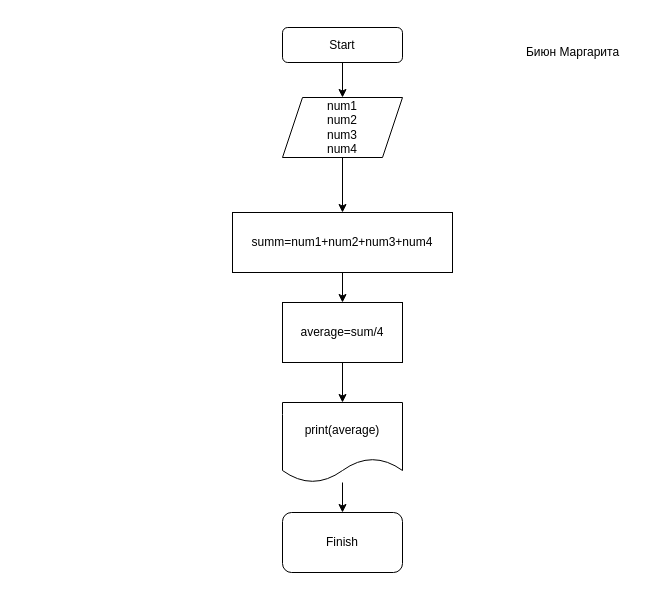
The draw.io diagram Homework6/9/22.drawio in margobiyun/python, before the edit. Source tidied: cells renumbered, new cells numbered last; positions are measured from the earlier drawing's top-left corner, leaving out a move shared by most shapes. Both pictures are drawn from the tidied source at 100%, with x=0, y=0 at pixel (232, 27).
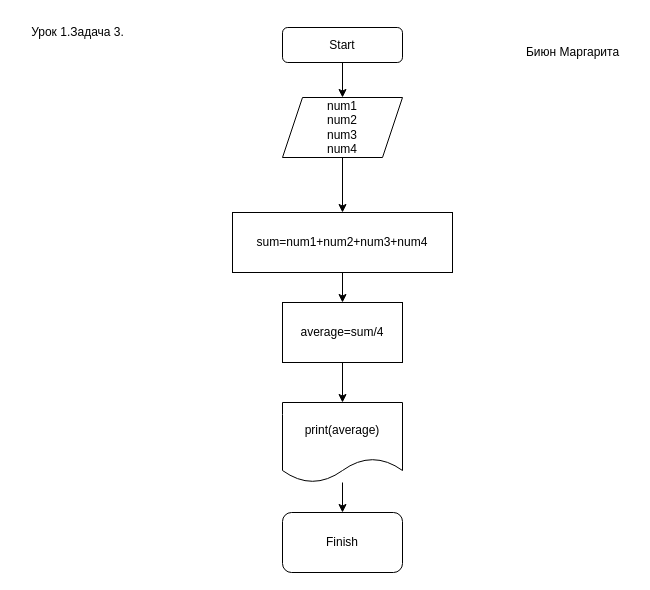
The same page after the edit.

What changed in the source:
```diff
@@
 <mxGraphModel>
   <root>
     <mxCell id="0" />
     <mxCell id="1" parent="0" />
     <mxCell id="2" style="edgeStyle=orthogonalEdgeStyle;rounded=0;jettySize=auto;html=1;entryX=0.5;entryY=0;entryDx=0;entryDy=0;" parent="1" edge="1" source="3" target="5">
       <mxGeometry relative="1" as="geometry" />
     </mxCell>
     <mxCell id="3" value="Start" style="rounded=1;whiteSpace=wrap;html=1;" parent="1" vertex="1">
       <mxGeometry x="50" width="120" height="35" as="geometry" />
     </mxCell>
     <mxCell id="4" style="edgeStyle=orthogonalEdgeStyle;rounded=0;jettySize=auto;html=1;" parent="1" edge="1" source="5" target="7">
       <mxGeometry relative="1" as="geometry" />
     </mxCell>
     <mxCell id="5" value="num1&lt;br&gt;num2&lt;br&gt;num3&lt;br&gt;num4" style="shape=parallelogram;perimeter=parallelogramPerimeter;whiteSpace=wrap;html=1;fixedSize=1;" parent="1" vertex="1">
       <mxGeometry x="50" y="70" width="120" height="60" as="geometry" />
     </mxCell>
     <mxCell id="6" style="edgeStyle=orthogonalEdgeStyle;rounded=0;jettySize=auto;html=1;" parent="1" edge="1" source="7" target="9">
       <mxGeometry relative="1" as="geometry" />
     </mxCell>
-    <mxCell id="7" value="summ=num1+num2+num3+num4" style="whiteSpace=wrap;html=1;" parent="1" vertex="1">
+    <mxCell id="7" value="sum=num1+num2+num3+num4" style="whiteSpace=wrap;html=1;" parent="1" vertex="1">
       <mxGeometry y="185" width="220" height="60" as="geometry" />
     </mxCell>
     <mxCell id="8" style="edgeStyle=orthogonalEdgeStyle;rounded=0;jettySize=auto;html=1;" parent="1" edge="1" source="9" target="11">
       <mxGeometry relative="1" as="geometry" />
     </mxCell>
     <mxCell id="9" value="average=sum/4" style="whiteSpace=wrap;html=1;" parent="1" vertex="1">
       <mxGeometry x="50" y="275" width="120" height="60" as="geometry" />
     </mxCell>
     <mxCell id="10" style="edgeStyle=orthogonalEdgeStyle;rounded=0;jettySize=auto;html=1;" parent="1" edge="1" source="11" target="12">
       <mxGeometry relative="1" as="geometry" />
     </mxCell>
     <mxCell id="11" value="print(average)" style="shape=document;whiteSpace=wrap;html=1;boundedLbl=1;" parent="1" vertex="1">
       <mxGeometry x="50" y="375" width="120" height="80" as="geometry" />
     </mxCell>
     <mxCell id="12" value="Finish" style="rounded=1;whiteSpace=wrap;html=1;" parent="1" vertex="1">
       <mxGeometry x="50" y="485" width="120" height="60" as="geometry" />
     </mxCell>
     <mxCell id="13" value="Биюн Маргарита" style="text;html=1;align=center;verticalAlign=middle;strokeColor=none;fillColor=none;" parent="1" vertex="1">
       <mxGeometry x="280" y="10" width="120" height="30" as="geometry" />
     </mxCell>
+    <mxCell id="14" value="Урок 1.Задача 3." style="text;html=1;align=center;verticalAlign=middle;strokeColor=none;fillColor=none;" parent="1" vertex="1">
+      <mxGeometry x="-215" y="-10" width="120" height="30" as="geometry" />
+    </mxCell>
   </root>
 </mxGraphModel>
```
